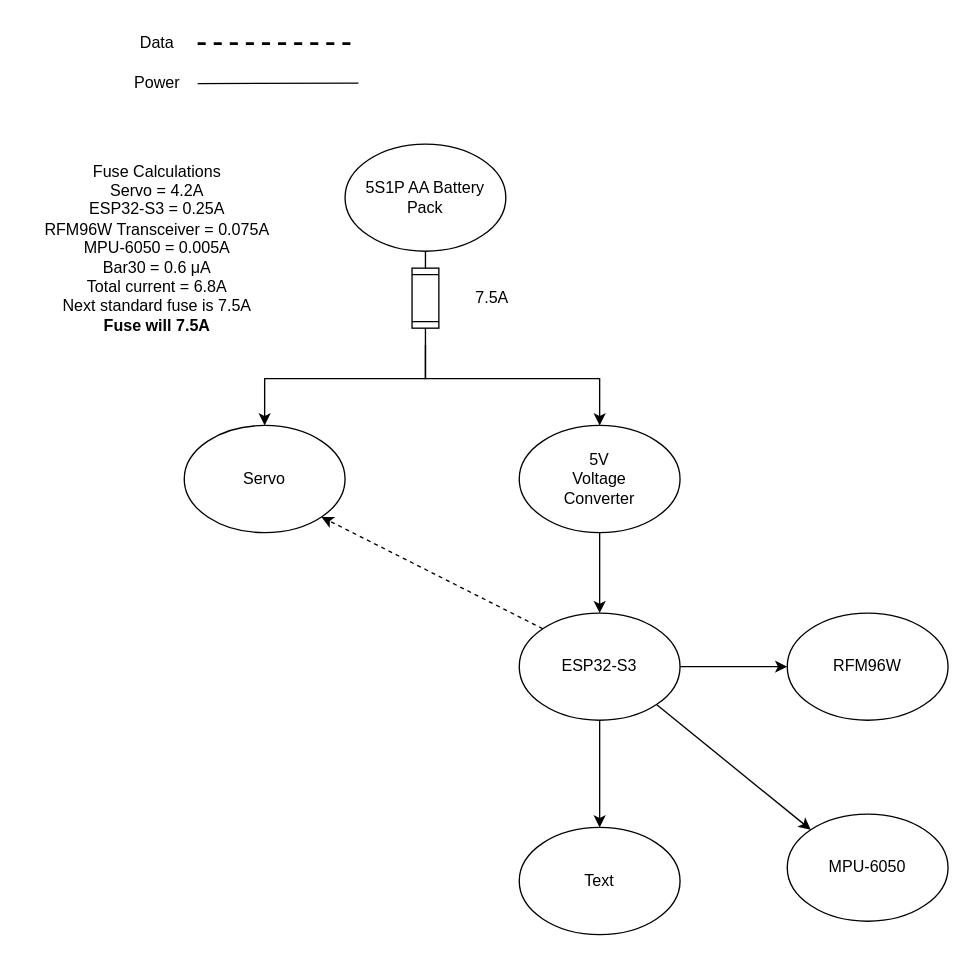
markt006/MATEROVSIDS keeps this draw.io diagram as VerticalProfiler SID.drawio. Above is the earlier version. Source tidied: cells renumbered, new cells numbered last; positions are measured from the earlier drawing's top-left corner, leaving out a move shared by most shapes. Both pictures are drawn from the tidied source at 134%, with x=0, y=0 at pixel (23, 23).
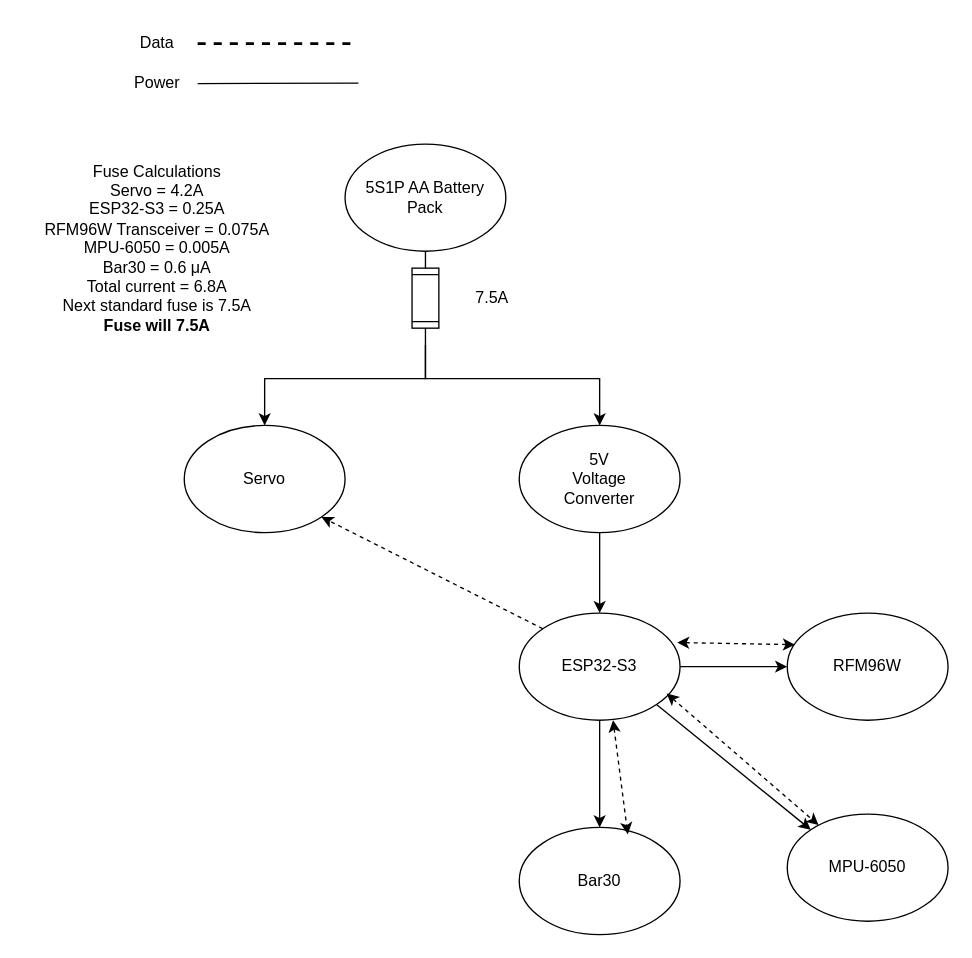
Above is the later version.

Unchanged cells that the change refers to:
```xml
<mxCell id="22" style="ellipse;whiteSpace=wrap;html=1;" parent="21" vertex="1">
  <mxGeometry width="120" height="80" as="geometry" />
</mxCell>
<mxCell id="27" style="ellipse;whiteSpace=wrap;html=1;" parent="26" vertex="1">
  <mxGeometry width="120" height="80" as="geometry" />
</mxCell>
<mxCell id="30" style="ellipse;whiteSpace=wrap;html=1;" parent="29" vertex="1">
  <mxGeometry width="120" height="80" as="geometry" />
</mxCell>
<mxCell id="32" style="group;" parent="1" vertex="1">
  <mxGeometry x="370" y="600" width="120" height="80" as="geometry" />
</mxCell>
<mxCell id="33" style="ellipse;whiteSpace=wrap;html=1;" parent="32" vertex="1">
  <mxGeometry width="120" height="80" as="geometry" />
</mxCell>
```

What changed in the source:
```diff
@@
-    <mxCell id="34" value="Text" style="text;html=1;align=center;verticalAlign=middle;whiteSpace=wrap;rounded=0;" parent="32" vertex="1" collapsed="1">
+    <mxCell id="34" value="Bar30" style="text;html=1;align=center;verticalAlign=middle;whiteSpace=wrap;rounded=0;" parent="32" vertex="1" collapsed="1">
       <mxGeometry x="30" y="25" width="60" height="30" as="geometry" />
     </mxCell>
@@
+    <mxCell id="38" style="endArrow=classic;startArrow=classic;html=1;rounded=0;dashed=1;entryX=0.675;entryY=0.065;entryDx=0;entryDy=0;entryPerimeter=0;" parent="1" edge="1" target="33">
+      <mxGeometry relative="1" as="geometry">
+        <mxPoint x="440" y="520" as="sourcePoint" />
+      </mxGeometry>
+    </mxCell>
+    <mxCell id="39" style="endArrow=classic;startArrow=classic;html=1;rounded=0;dashed=1;" parent="1" edge="1" target="30">
+      <mxGeometry relative="1" as="geometry">
+        <mxPoint x="480" y="500" as="sourcePoint" />
+      </mxGeometry>
+    </mxCell>
+    <mxCell id="40" style="endArrow=classic;startArrow=classic;html=1;rounded=0;dashed=1;exitX=0.982;exitY=0.275;exitDx=0;exitDy=0;exitPerimeter=0;entryX=0.048;entryY=0.295;entryDx=0;entryDy=0;entryPerimeter=0;" parent="1" edge="1" source="22" target="27">
+      <mxGeometry relative="1" as="geometry" />
+    </mxCell>
```
